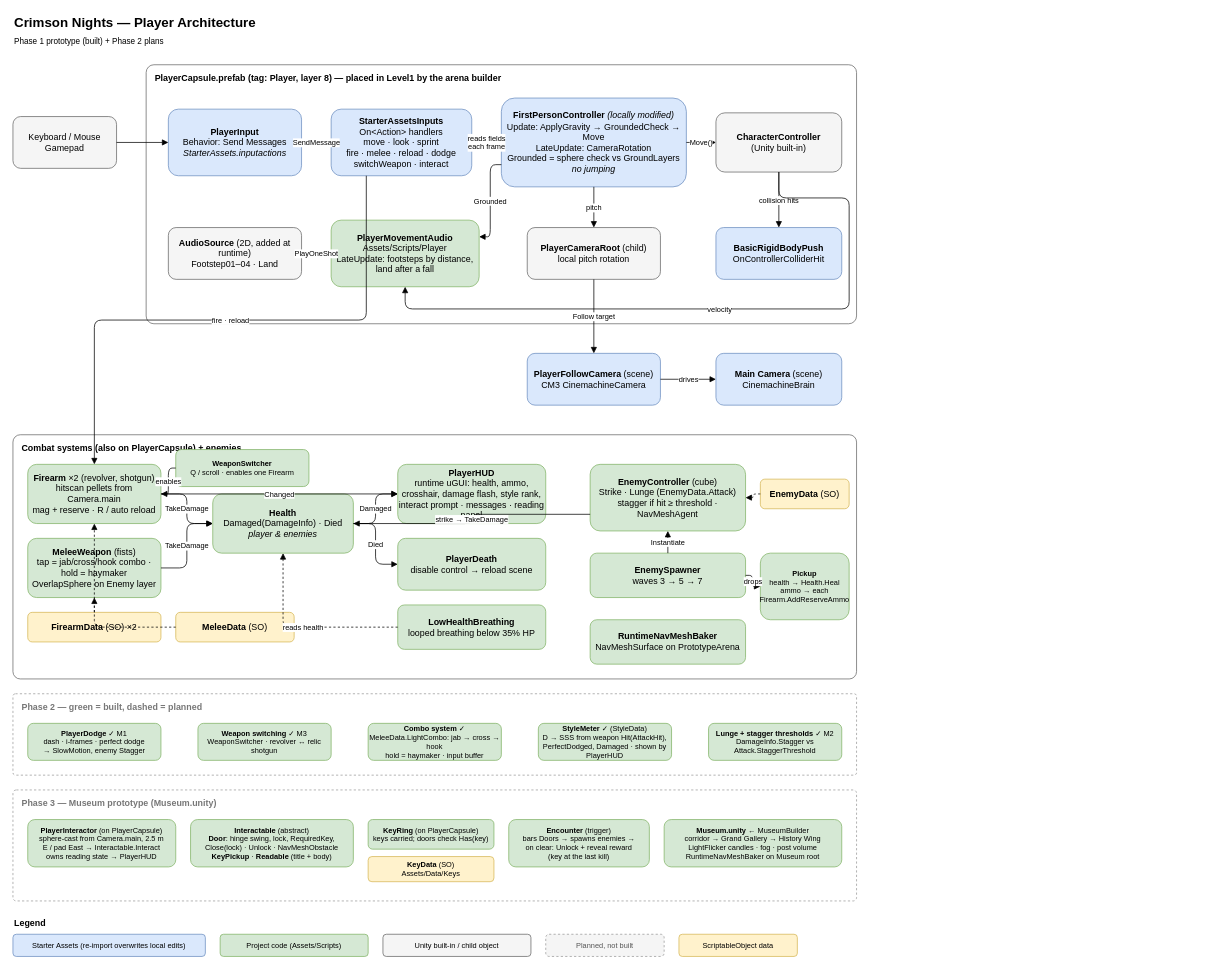
Before: docs/architecture.drawio in ChrisOspina/Crimson-Nights, a draw.io diagram. Source tidied: cells renumbered, new cells numbered last; positions are measured from the earlier drawing's top-left corner, leaving out a move shared by most shapes. Both pictures are drawn from the tidied source at 74%, with x=0, y=0 at pixel (13, 13).
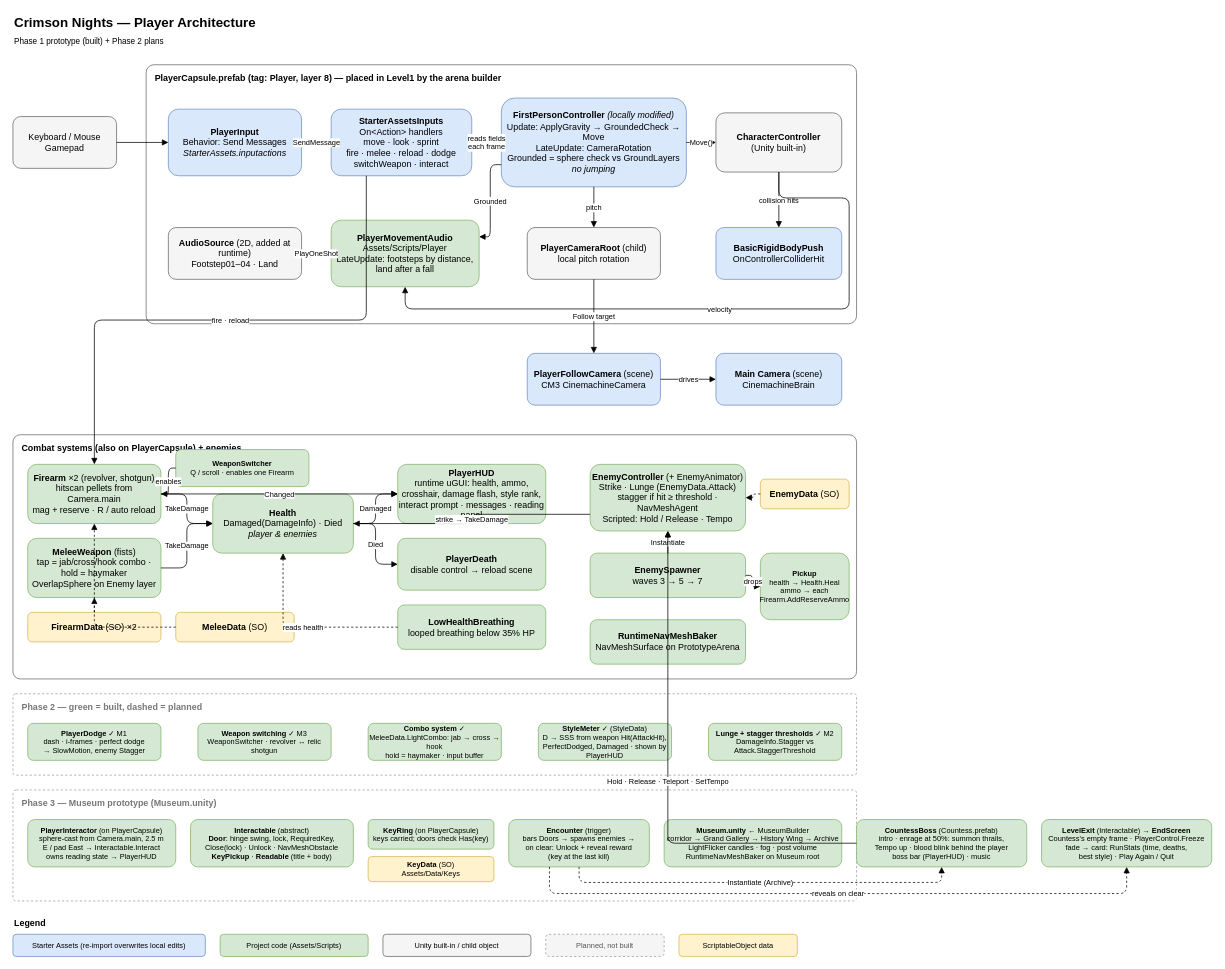
Above is the later version.

The change refers to these unchanged cells:
```xml
<mxCell id="66" value="&lt;b&gt;Encounter&lt;/b&gt; (trigger)&lt;br&gt;bars Doors → spawns enemies →&lt;br&gt;on clear: Unlock + reveal reward&lt;br&gt;(key at the last kill)" style="rounded=1;whiteSpace=wrap;html=1;fillColor=#d5e8d4;strokeColor=#82b366;fontSize=10;" parent="1" vertex="1">
  <mxGeometry x="670" y="1090" width="190" height="64" as="geometry" />
</mxCell>
```

The edit, as a diff of the source:
```diff
@@
-    <mxCell id="36" value="&lt;b&gt;EnemyController&lt;/b&gt; (cube)&lt;br&gt;Strike · Lunge (EnemyData.Attack)&lt;br&gt;stagger if hit ≥ threshold · NavMeshAgent" style="rounded=1;whiteSpace=wrap;html=1;fillColor=#d5e8d4;strokeColor=#82b366;" parent="1" vertex="1">
+    <mxCell id="36" value="&lt;b&gt;EnemyController&lt;/b&gt; (+ EnemyAnimator)&lt;br&gt;Strike · Lunge (EnemyData.Attack)&lt;br&gt;stagger if hit ≥ threshold · NavMeshAgent&lt;br&gt;Scripted: Hold / Release · Tempo" style="rounded=1;whiteSpace=wrap;html=1;fillColor=#d5e8d4;strokeColor=#82b366;" parent="1" vertex="1">
       <mxGeometry x="780" y="610" width="210" height="90" as="geometry" />
     </mxCell>
@@
-    <mxCell id="67" value="&lt;b&gt;Museum.unity&lt;/b&gt; ← MuseumBuilder&lt;br&gt;corridor → Grand Gallery → History Wing&lt;br&gt;LightFlicker candles · fog · post volume&lt;br&gt;RuntimeNavMeshBaker on Museum root" style="rounded=1;whiteSpace=wrap;html=1;fillColor=#d5e8d4;strokeColor=#82b366;fontSize=10;" parent="1" vertex="1">
+    <mxCell id="67" value="&lt;b&gt;Museum.unity&lt;/b&gt; ← MuseumBuilder&lt;br&gt;corridor → Grand Gallery → History Wing → Archive&lt;br&gt;LightFlicker candles · fog · post volume&lt;br&gt;RuntimeNavMeshBaker on Museum root" style="rounded=1;whiteSpace=wrap;html=1;fillColor=#d5e8d4;strokeColor=#82b366;fontSize=10;" parent="1" vertex="1">
       <mxGeometry x="880" y="1090" width="240" height="64" as="geometry" />
     </mxCell>
+    <mxCell id="74" value="&lt;b&gt;CountessBoss&lt;/b&gt; (Countess.prefab)&lt;br&gt;intro · enrage at 50%: summon thralls,&lt;br&gt;Tempo up · blood blink behind the player&lt;br&gt;boss bar (PlayerHUD) · music" style="rounded=1;whiteSpace=wrap;html=1;fillColor=#d5e8d4;strokeColor=#82b366;fontSize=10;" parent="1" vertex="1">
+      <mxGeometry x="1140" y="1090" width="230" height="64" as="geometry" />
+    </mxCell>
+    <mxCell id="75" value="Hold · Release · Teleport · SetTempo" style="edgeStyle=orthogonalEdgeStyle;html=1;endArrow=block;fontSize=10;" parent="1" edge="1" source="74" target="36">
+      <mxGeometry relative="1" as="geometry" />
+    </mxCell>
+    <mxCell id="76" value="Instantiate (Archive)" style="edgeStyle=orthogonalEdgeStyle;html=1;endArrow=block;fontSize=10;dashed=1;" parent="1" edge="1" source="66" target="74">
+      <mxGeometry relative="1" as="geometry">
+        <Array as="points">
+          <mxPoint x="765" y="1175" />
+          <mxPoint x="1255" y="1175" />
+        </Array>
+      </mxGeometry>
+    </mxCell>
+    <mxCell id="77" value="&lt;b&gt;LevelExit&lt;/b&gt; (Interactable) → &lt;b&gt;EndScreen&lt;/b&gt;&lt;br&gt;Countess's empty frame · PlayerControl.Freeze&lt;br&gt;fade → card: RunStats (time, deaths,&lt;br&gt;best style) · Play Again / Quit" style="rounded=1;whiteSpace=wrap;html=1;fillColor=#d5e8d4;strokeColor=#82b366;fontSize=10;" parent="1" vertex="1">
+      <mxGeometry x="1390" y="1090" width="230" height="64" as="geometry" />
+    </mxCell>
+    <mxCell id="78" value="reveals on clear" style="edgeStyle=orthogonalEdgeStyle;html=1;endArrow=block;fontSize=10;dashed=1;" parent="1" edge="1" source="66" target="77">
+      <mxGeometry relative="1" as="geometry">
+        <Array as="points">
+          <mxPoint x="725" y="1190" />
+          <mxPoint x="1505" y="1190" />
+        </Array>
+      </mxGeometry>
+    </mxCell>
```
